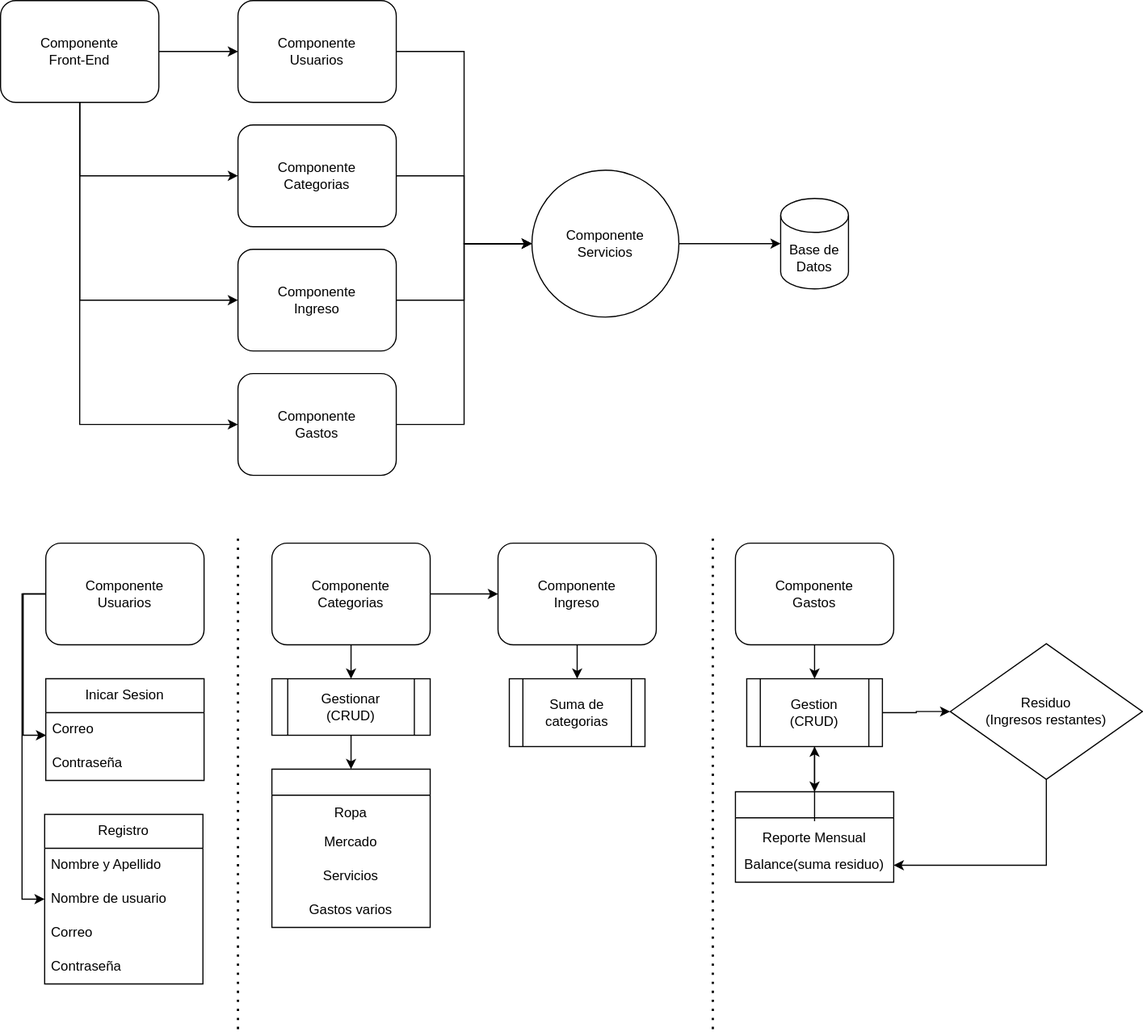
Earlier version of the draw.io export Aplicacion_gastos.drawio.svg (Manuekle/architecture). Source tidied: cells renumbered, new cells last; positions are measured from the earlier drawing's top-left corner, leaving out a move shared by most shapes. Source of this version:
```xml
<mxGraphModel>
  <root>
    <mxCell id="0" />
    <mxCell id="1" parent="0" />
    <mxCell id="2" style="edgeStyle=orthogonalEdgeStyle;rounded=0;jettySize=auto;html=1;exitX=1;exitY=0.5;exitDx=0;exitDy=0;entryX=0;entryY=0.5;entryDx=0;entryDy=0;" parent="1" edge="1" source="3" target="16">
      <mxGeometry relative="1" as="geometry" />
    </mxCell>
    <mxCell id="3" value="Componente&lt;br&gt;Usuarios" style="rounded=1;whiteSpace=wrap;html=1;" parent="1" vertex="1">
      <mxGeometry x="210" width="140" height="90" as="geometry" />
    </mxCell>
    <mxCell id="4" style="edgeStyle=orthogonalEdgeStyle;rounded=0;jettySize=auto;html=1;exitX=1;exitY=0.5;exitDx=0;exitDy=0;entryX=0;entryY=0.5;entryDx=0;entryDy=0;" parent="1" edge="1" source="5" target="16">
      <mxGeometry relative="1" as="geometry" />
    </mxCell>
    <mxCell id="5" value="Componente&lt;br&gt;Categorias" style="rounded=1;whiteSpace=wrap;html=1;" parent="1" vertex="1">
      <mxGeometry x="210" y="110" width="140" height="90" as="geometry" />
    </mxCell>
    <mxCell id="6" style="edgeStyle=orthogonalEdgeStyle;rounded=0;jettySize=auto;html=1;exitX=1;exitY=0.5;exitDx=0;exitDy=0;entryX=0;entryY=0.5;entryDx=0;entryDy=0;" parent="1" edge="1" source="7" target="16">
      <mxGeometry relative="1" as="geometry" />
    </mxCell>
    <mxCell id="7" value="Componente&lt;br&gt;Ingreso" style="rounded=1;whiteSpace=wrap;html=1;" parent="1" vertex="1">
      <mxGeometry x="210" y="220" width="140" height="90" as="geometry" />
    </mxCell>
    <mxCell id="8" style="edgeStyle=orthogonalEdgeStyle;rounded=0;jettySize=auto;html=1;exitX=1;exitY=0.5;exitDx=0;exitDy=0;entryX=0;entryY=0.5;entryDx=0;entryDy=0;" parent="1" edge="1" source="9" target="16">
      <mxGeometry relative="1" as="geometry" />
    </mxCell>
    <mxCell id="9" value="Componente&lt;br&gt;Gastos" style="rounded=1;whiteSpace=wrap;html=1;" parent="1" vertex="1">
      <mxGeometry x="210" y="330" width="140" height="90" as="geometry" />
    </mxCell>
    <mxCell id="10" style="edgeStyle=orthogonalEdgeStyle;rounded=0;jettySize=auto;html=1;exitX=1;exitY=0.5;exitDx=0;exitDy=0;entryX=0;entryY=0.5;entryDx=0;entryDy=0;" parent="1" edge="1" source="14" target="3">
      <mxGeometry relative="1" as="geometry" />
    </mxCell>
    <mxCell id="11" style="edgeStyle=orthogonalEdgeStyle;rounded=0;jettySize=auto;html=1;exitX=0.5;exitY=1;exitDx=0;exitDy=0;entryX=0;entryY=0.5;entryDx=0;entryDy=0;" parent="1" edge="1" source="14" target="5">
      <mxGeometry relative="1" as="geometry" />
    </mxCell>
    <mxCell id="12" style="edgeStyle=orthogonalEdgeStyle;rounded=0;jettySize=auto;html=1;exitX=0.5;exitY=1;exitDx=0;exitDy=0;entryX=0;entryY=0.5;entryDx=0;entryDy=0;" parent="1" edge="1" source="14" target="7">
      <mxGeometry relative="1" as="geometry" />
    </mxCell>
    <mxCell id="13" style="edgeStyle=orthogonalEdgeStyle;rounded=0;jettySize=auto;html=1;exitX=0.5;exitY=1;exitDx=0;exitDy=0;entryX=0;entryY=0.5;entryDx=0;entryDy=0;" parent="1" edge="1" source="14" target="9">
      <mxGeometry relative="1" as="geometry" />
    </mxCell>
    <mxCell id="14" value="Componente&lt;br&gt;Front-End" style="rounded=1;whiteSpace=wrap;html=1;" parent="1" vertex="1">
      <mxGeometry width="140" height="90" as="geometry" />
    </mxCell>
    <mxCell id="15" style="edgeStyle=orthogonalEdgeStyle;rounded=0;jettySize=auto;html=1;exitX=1;exitY=0.5;exitDx=0;exitDy=0;" parent="1" edge="1" source="16" target="17">
      <mxGeometry relative="1" as="geometry" />
    </mxCell>
    <mxCell id="16" value="Componente&lt;br&gt;Servicios" style="ellipse;whiteSpace=wrap;html=1;" parent="1" vertex="1">
      <mxGeometry x="470" y="150" width="130" height="130" as="geometry" />
    </mxCell>
    <mxCell id="17" value="Base de Datos" style="shape=cylinder3;whiteSpace=wrap;html=1;boundedLbl=1;backgroundOutline=1;size=15;" parent="1" vertex="1">
      <mxGeometry x="690" y="175" width="60" height="80" as="geometry" />
    </mxCell>
    <mxCell id="18" style="edgeStyle=orthogonalEdgeStyle;rounded=0;jettySize=auto;html=1;exitX=0;exitY=0.5;exitDx=0;exitDy=0;entryX=0.002;entryY=0.667;entryDx=0;entryDy=0;entryPerimeter=0;" parent="1" edge="1" source="20" target="22">
      <mxGeometry relative="1" as="geometry" />
    </mxCell>
    <mxCell id="19" style="edgeStyle=orthogonalEdgeStyle;rounded=0;jettySize=auto;html=1;exitX=0;exitY=0.5;exitDx=0;exitDy=0;entryX=0;entryY=0.5;entryDx=0;entryDy=0;" parent="1" edge="1" source="20" target="26">
      <mxGeometry relative="1" as="geometry" />
    </mxCell>
    <mxCell id="20" value="Componente&lt;br&gt;Usuarios" style="rounded=1;whiteSpace=wrap;html=1;" parent="1" vertex="1">
      <mxGeometry x="40" y="480" width="140" height="90" as="geometry" />
    </mxCell>
    <mxCell id="21" value="Inicar Sesion" style="swimlane;fontStyle=0;horizontal=1;startSize=30;whiteSpace=wrap;html=1;" parent="1" vertex="1">
      <mxGeometry x="40" y="600" width="140" height="90" as="geometry" />
    </mxCell>
    <mxCell id="22" value="Correo" style="text;strokeColor=none;fillColor=none;align=left;verticalAlign=middle;spacingLeft=4;spacingRight=4;overflow=hidden;points=[[0,0.5],[1,0.5]];portConstraint=eastwest;whiteSpace=wrap;html=1;" parent="21" vertex="1">
      <mxGeometry y="30" width="140" height="30" as="geometry" />
    </mxCell>
    <mxCell id="23" value="Contraseña" style="text;strokeColor=none;fillColor=none;align=left;verticalAlign=middle;spacingLeft=4;spacingRight=4;overflow=hidden;whiteSpace=wrap;html=1;" parent="21" vertex="1">
      <mxGeometry y="60" width="140" height="30" as="geometry" />
    </mxCell>
    <mxCell id="24" value="Registro" style="swimlane;fontStyle=0;horizontal=1;startSize=30;whiteSpace=wrap;html=1;" parent="1" vertex="1">
      <mxGeometry x="39" y="720" width="140" height="150" as="geometry" />
    </mxCell>
    <mxCell id="25" value="Nombre y Apellido" style="text;strokeColor=none;fillColor=none;align=left;verticalAlign=middle;spacingLeft=4;spacingRight=4;overflow=hidden;whiteSpace=wrap;html=1;" parent="24" vertex="1">
      <mxGeometry y="30" width="140" height="30" as="geometry" />
    </mxCell>
    <mxCell id="26" value="Nombre de usuario" style="text;strokeColor=none;fillColor=none;align=left;verticalAlign=middle;spacingLeft=4;spacingRight=4;overflow=hidden;points=[[0,0.5],[1,0.5]];portConstraint=eastwest;whiteSpace=wrap;html=1;" parent="24" vertex="1">
      <mxGeometry y="60" width="140" height="30" as="geometry" />
    </mxCell>
    <mxCell id="27" value="Correo" style="text;strokeColor=none;fillColor=none;align=left;verticalAlign=middle;spacingLeft=4;spacingRight=4;overflow=hidden;whiteSpace=wrap;html=1;" parent="24" vertex="1">
      <mxGeometry y="90" width="140" height="30" as="geometry" />
    </mxCell>
    <mxCell id="28" value="Contraseña" style="text;strokeColor=none;fillColor=none;align=left;verticalAlign=middle;spacingLeft=4;spacingRight=4;overflow=hidden;whiteSpace=wrap;html=1;" parent="24" vertex="1">
      <mxGeometry y="120" width="140" height="30" as="geometry" />
    </mxCell>
    <mxCell id="29" style="edgeStyle=orthogonalEdgeStyle;rounded=0;jettySize=auto;html=1;exitX=0.5;exitY=1;exitDx=0;exitDy=0;entryX=0.5;entryY=0;entryDx=0;entryDy=0;" parent="1" edge="1" source="31" target="33">
      <mxGeometry relative="1" as="geometry" />
    </mxCell>
    <mxCell id="30" style="edgeStyle=orthogonalEdgeStyle;rounded=0;jettySize=auto;html=1;exitX=1;exitY=0.5;exitDx=0;exitDy=0;entryX=0;entryY=0.5;entryDx=0;entryDy=0;" parent="1" edge="1" source="31" target="40">
      <mxGeometry relative="1" as="geometry" />
    </mxCell>
    <mxCell id="31" value="Componente&lt;br&gt;Categorias" style="rounded=1;whiteSpace=wrap;html=1;" parent="1" vertex="1">
      <mxGeometry x="240" y="480" width="140" height="90" as="geometry" />
    </mxCell>
    <mxCell id="32" style="edgeStyle=orthogonalEdgeStyle;rounded=0;jettySize=auto;html=1;exitX=0.5;exitY=1;exitDx=0;exitDy=0;entryX=0.5;entryY=0;entryDx=0;entryDy=0;" parent="1" edge="1" source="33" target="34">
      <mxGeometry relative="1" as="geometry" />
    </mxCell>
    <mxCell id="33" value="Gestionar&lt;br&gt;(CRUD)" style="shape=process;whiteSpace=wrap;html=1;backgroundOutline=1;" parent="1" vertex="1">
      <mxGeometry x="240" y="600" width="140" height="50" as="geometry" />
    </mxCell>
    <mxCell id="34" style="swimlane;whiteSpace=wrap;html=1;" parent="1" vertex="1">
      <mxGeometry x="240" y="680" width="140" height="140" as="geometry" />
    </mxCell>
    <mxCell id="35" value="Ropa" style="text;html=1;strokeColor=none;fillColor=none;align=center;verticalAlign=middle;whiteSpace=wrap;rounded=0;" parent="34" vertex="1">
      <mxGeometry y="24" width="140" height="30" as="geometry" />
    </mxCell>
    <mxCell id="36" value="Mercado" style="text;html=1;strokeColor=none;fillColor=none;align=center;verticalAlign=middle;whiteSpace=wrap;rounded=0;" parent="34" vertex="1">
      <mxGeometry y="50" width="140" height="30" as="geometry" />
    </mxCell>
    <mxCell id="37" value="Servicios" style="text;html=1;strokeColor=none;fillColor=none;align=center;verticalAlign=middle;whiteSpace=wrap;rounded=0;" parent="34" vertex="1">
      <mxGeometry y="80" width="140" height="30" as="geometry" />
    </mxCell>
    <mxCell id="38" value="Gastos varios" style="text;html=1;strokeColor=none;fillColor=none;align=center;verticalAlign=middle;whiteSpace=wrap;rounded=0;" parent="34" vertex="1">
      <mxGeometry y="110" width="140" height="30" as="geometry" />
    </mxCell>
    <mxCell id="39" style="edgeStyle=orthogonalEdgeStyle;rounded=0;jettySize=auto;html=1;exitX=0.5;exitY=1;exitDx=0;exitDy=0;entryX=0.5;entryY=0;entryDx=0;entryDy=0;" parent="1" edge="1" source="40" target="41">
      <mxGeometry relative="1" as="geometry" />
    </mxCell>
    <mxCell id="40" value="Componente&lt;br&gt;Ingreso" style="rounded=1;whiteSpace=wrap;html=1;" parent="1" vertex="1">
      <mxGeometry x="440" y="480" width="140" height="90" as="geometry" />
    </mxCell>
    <mxCell id="41" value="Suma de categorias" style="shape=process;whiteSpace=wrap;html=1;backgroundOutline=1;" parent="1" vertex="1">
      <mxGeometry x="450" y="600" width="120" height="60" as="geometry" />
    </mxCell>
    <mxCell id="42" style="edgeStyle=orthogonalEdgeStyle;rounded=0;jettySize=auto;html=1;exitX=0.5;exitY=1;exitDx=0;exitDy=0;entryX=0.5;entryY=0;entryDx=0;entryDy=0;" parent="1" edge="1" source="43" target="46">
      <mxGeometry relative="1" as="geometry" />
    </mxCell>
    <mxCell id="43" value="Componente&lt;br&gt;Gastos" style="rounded=1;whiteSpace=wrap;html=1;" parent="1" vertex="1">
      <mxGeometry x="650" y="480" width="140" height="90" as="geometry" />
    </mxCell>
    <mxCell id="44" style="edgeStyle=orthogonalEdgeStyle;rounded=0;jettySize=auto;html=1;exitX=0.5;exitY=1;exitDx=0;exitDy=0;entryX=0.5;entryY=0;entryDx=0;entryDy=0;" parent="1" edge="1" source="46" target="47">
      <mxGeometry relative="1" as="geometry" />
    </mxCell>
    <mxCell id="45" style="edgeStyle=orthogonalEdgeStyle;rounded=0;jettySize=auto;html=1;exitX=1;exitY=0.5;exitDx=0;exitDy=0;entryX=0;entryY=0.5;entryDx=0;entryDy=0;" parent="1" edge="1" source="46" target="51">
      <mxGeometry relative="1" as="geometry" />
    </mxCell>
    <mxCell id="46" value="Gestion&lt;br&gt;(CRUD)" style="shape=process;whiteSpace=wrap;html=1;backgroundOutline=1;" parent="1" vertex="1">
      <mxGeometry x="660" y="600" width="120" height="60" as="geometry" />
    </mxCell>
    <mxCell id="47" style="swimlane;whiteSpace=wrap;html=1;" parent="1" vertex="1">
      <mxGeometry x="650" y="700" width="140" height="80" as="geometry" />
    </mxCell>
    <mxCell id="48" value="Reporte Mensual" style="text;html=1;strokeColor=none;fillColor=none;align=center;verticalAlign=middle;whiteSpace=wrap;rounded=0;" parent="47" vertex="1">
      <mxGeometry y="26" width="140" height="30" as="geometry" />
    </mxCell>
    <mxCell id="49" value="Balance(suma residuo)" style="text;html=1;strokeColor=none;fillColor=none;align=center;verticalAlign=middle;whiteSpace=wrap;rounded=0;" parent="47" vertex="1">
      <mxGeometry y="50" width="140" height="30" as="geometry" />
    </mxCell>
    <mxCell id="50" style="edgeStyle=orthogonalEdgeStyle;rounded=0;jettySize=auto;html=1;exitX=0.5;exitY=1;exitDx=0;exitDy=0;entryX=1;entryY=0.5;entryDx=0;entryDy=0;" parent="1" edge="1" source="51" target="49">
      <mxGeometry relative="1" as="geometry" />
    </mxCell>
    <mxCell id="51" value="Residuo&lt;br&gt;(Ingresos restantes)" style="rhombus;whiteSpace=wrap;html=1;" parent="1" vertex="1">
      <mxGeometry x="840" y="569" width="170" height="120" as="geometry" />
    </mxCell>
    <mxCell id="52" style="edgeStyle=orthogonalEdgeStyle;rounded=0;jettySize=auto;html=1;" parent="1" edge="1" source="48" target="46">
      <mxGeometry relative="1" as="geometry" />
    </mxCell>
    <mxCell id="53" style="endArrow=none;dashed=1;html=1;dashPattern=1 3;strokeWidth=2;rounded=0;" parent="1" edge="1">
      <mxGeometry relative="1" as="geometry">
        <mxPoint x="210" y="910" as="sourcePoint" />
        <mxPoint x="210" y="470" as="targetPoint" />
      </mxGeometry>
    </mxCell>
    <mxCell id="54" style="endArrow=none;dashed=1;html=1;dashPattern=1 3;strokeWidth=2;rounded=0;" parent="1" edge="1">
      <mxGeometry relative="1" as="geometry">
        <mxPoint x="630" y="910" as="sourcePoint" />
        <mxPoint x="630" y="470" as="targetPoint" />
      </mxGeometry>
    </mxCell>
  </root>
</mxGraphModel>
```
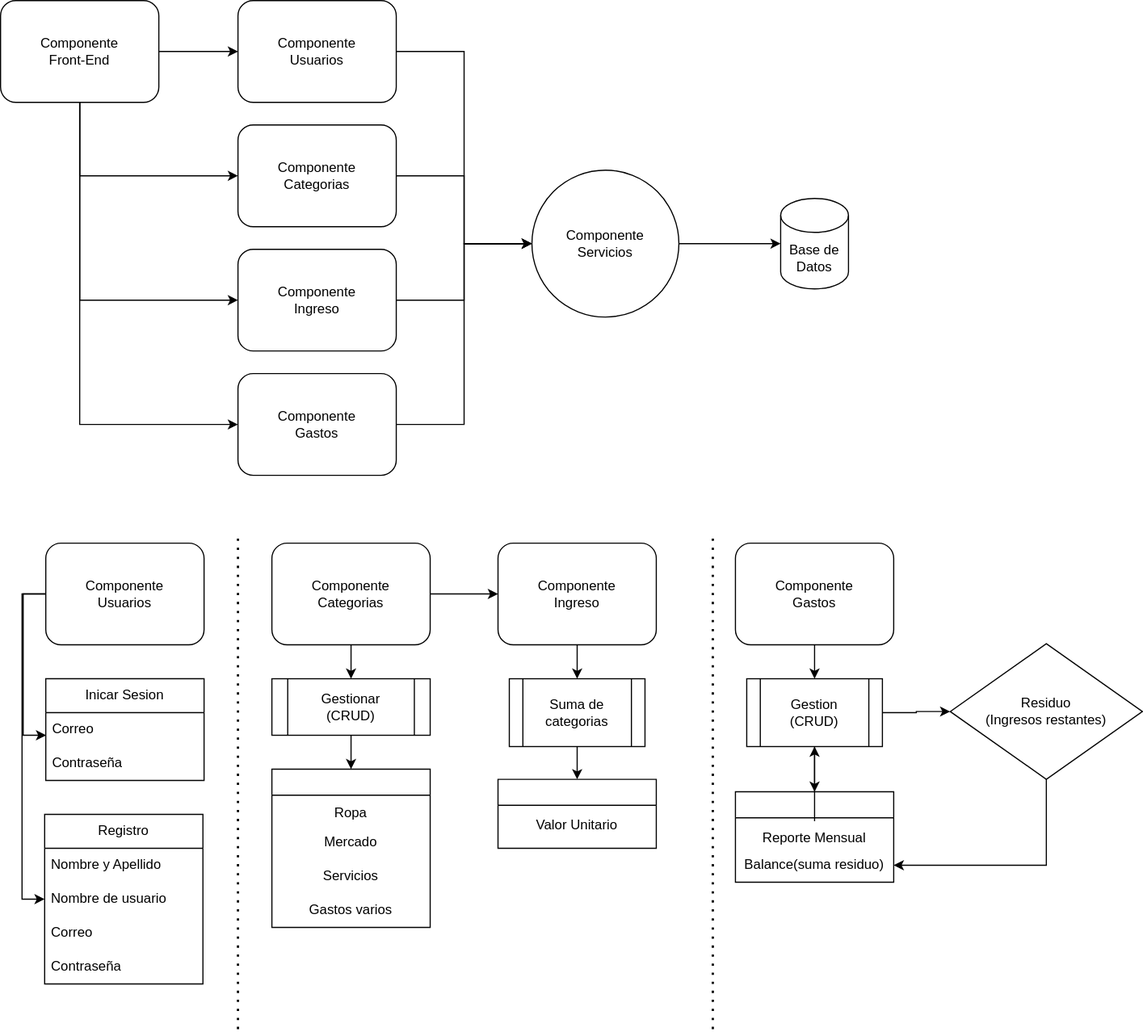
The same diagram one commit later.

What changed in the source:
```diff
@@ -119,6 +119,9 @@
     <mxCell id="40" value="Componente&lt;br&gt;Ingreso" style="rounded=1;whiteSpace=wrap;html=1;" parent="1" vertex="1">
       <mxGeometry x="440" y="480" width="140" height="90" as="geometry" />
     </mxCell>
+    <mxCell id="55" style="edgeStyle=orthogonalEdgeStyle;rounded=0;jettySize=auto;html=1;exitX=0.5;exitY=1;exitDx=0;exitDy=0;entryX=0.5;entryY=0;entryDx=0;entryDy=0;" parent="1" edge="1" source="41" target="56">
+      <mxGeometry relative="1" as="geometry" />
+    </mxCell>
     <mxCell id="41" value="Suma de categorias" style="shape=process;whiteSpace=wrap;html=1;backgroundOutline=1;" parent="1" vertex="1">
       <mxGeometry x="450" y="600" width="120" height="60" as="geometry" />
     </mxCell>
@@ -167,5 +170,11 @@
         <mxPoint x="630" y="470" as="targetPoint" />
       </mxGeometry>
     </mxCell>
+    <mxCell id="56" style="swimlane;whiteSpace=wrap;html=1;" parent="1" vertex="1">
+      <mxGeometry x="440" y="689" width="140" height="61" as="geometry" />
+    </mxCell>
+    <mxCell id="57" value="Valor Unitario" style="text;html=1;strokeColor=none;fillColor=none;align=center;verticalAlign=middle;whiteSpace=wrap;rounded=0;" parent="56" vertex="1">
+      <mxGeometry y="26" width="140" height="30" as="geometry" />
+    </mxCell>
   </root>
 </mxGraphModel>
```
